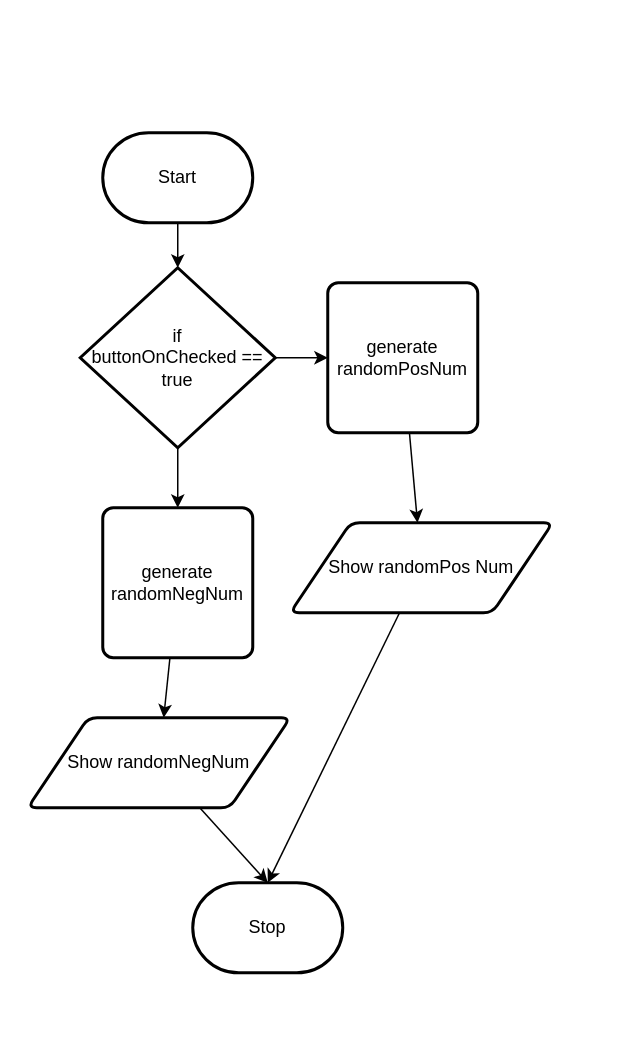
This is design/flow-chart.drawio from Timothy-Manwell/ICS2O-Unit5-02, a draw.io file, before an edit. Source tidied: cells renumbered, new cells numbered last; positions are measured from the earlier drawing's top-left corner, leaving out a move shared by most shapes. Both pictures are drawn from the tidied source at 150%, with x=0, y=0 at pixel (27, 132).
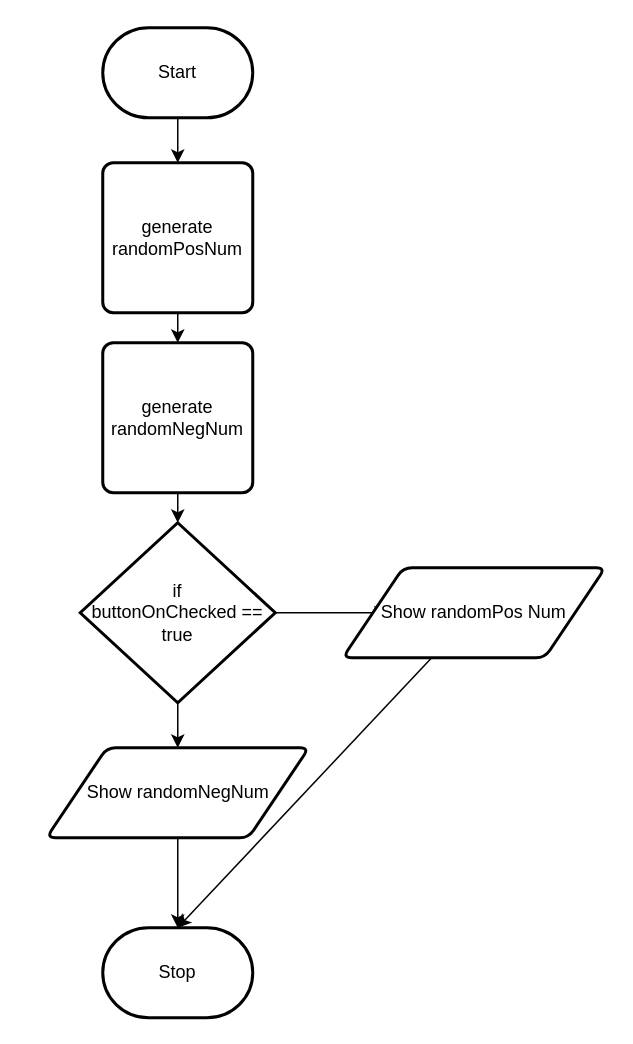
After the change.

The edit, as a diff of the source:
```diff
@@
 <mxGraphModel>
   <root>
     <mxCell id="0" />
     <mxCell id="1" parent="0" />
-    <mxCell id="2" style="edgeStyle=none;html=1;" parent="1" edge="1" source="3" target="7">
-      <mxGeometry relative="1" as="geometry" />
-    </mxCell>
+    <mxCell id="16" style="edgeStyle=none;html=1;" parent="1" edge="1" source="3" target="9">
+      <mxGeometry relative="1" as="geometry" />
+    </mxCell>
     <mxCell id="3" value="Start" style="strokeWidth=2;html=1;shape=mxgraph.flowchart.terminator;whiteSpace=wrap;" parent="1" vertex="1">
-      <mxGeometry x="50" width="100" height="60" as="geometry" />
+      <mxGeometry x="50" y="-70" width="100" height="60" as="geometry" />
     </mxCell>
     <mxCell id="4" value="Stop" style="strokeWidth=2;html=1;shape=mxgraph.flowchart.terminator;whiteSpace=wrap;" parent="1" vertex="1">
-      <mxGeometry x="110" y="500" width="100" height="60" as="geometry" />
+      <mxGeometry x="50" y="530" width="100" height="60" as="geometry" />
     </mxCell>
-    <mxCell id="5" style="edgeStyle=none;html=1;entryX=0;entryY=0.5;entryDx=0;entryDy=0;" parent="1" edge="1" source="7" target="9">
-      <mxGeometry relative="1" as="geometry" />
-    </mxCell>
-    <mxCell id="6" style="edgeStyle=none;html=1;" parent="1" edge="1" source="7" target="11">
-      <mxGeometry relative="1" as="geometry" />
-    </mxCell>
+    <mxCell id="17" style="edgeStyle=none;html=1;entryX=0.171;entryY=0.5;entryDx=0;entryDy=0;entryPerimeter=0;" parent="1" edge="1" source="7" target="13">
+      <mxGeometry relative="1" as="geometry" />
+    </mxCell>
+    <mxCell id="18" style="edgeStyle=none;html=1;" parent="1" edge="1" source="7" target="15">
+      <mxGeometry relative="1" as="geometry" />
+    </mxCell>
     <mxCell id="7" value="if&lt;br&gt;buttonOnChecked == true" style="strokeWidth=2;html=1;shape=mxgraph.flowchart.decision;whiteSpace=wrap;" parent="1" vertex="1">
-      <mxGeometry x="35" y="90" width="130" height="120" as="geometry" />
+      <mxGeometry x="35" y="260" width="130" height="120" as="geometry" />
     </mxCell>
-    <mxCell id="8" style="edgeStyle=none;html=1;" parent="1" edge="1" source="9" target="13">
-      <mxGeometry relative="1" as="geometry" />
-    </mxCell>
+    <mxCell id="19" style="edgeStyle=none;html=1;" parent="1" edge="1" source="9" target="11">
+      <mxGeometry relative="1" as="geometry" />
+    </mxCell>
     <mxCell id="9" value="generate randomPosNum" style="rounded=1;whiteSpace=wrap;html=1;absoluteArcSize=1;arcSize=14;strokeWidth=2;" parent="1" vertex="1">
-      <mxGeometry x="200" y="100" width="100" height="100" as="geometry" />
+      <mxGeometry x="50" y="20" width="100" height="100" as="geometry" />
     </mxCell>
-    <mxCell id="10" style="edgeStyle=none;html=1;" parent="1" edge="1" source="11" target="15">
-      <mxGeometry relative="1" as="geometry" />
-    </mxCell>
+    <mxCell id="20" style="edgeStyle=none;html=1;" parent="1" edge="1" source="11" target="7">
+      <mxGeometry relative="1" as="geometry" />
+    </mxCell>
     <mxCell id="11" value="generate randomNegNum" style="rounded=1;whiteSpace=wrap;html=1;absoluteArcSize=1;arcSize=14;strokeWidth=2;" parent="1" vertex="1">
-      <mxGeometry x="50" y="250" width="100" height="100" as="geometry" />
+      <mxGeometry x="50" y="140" width="100" height="100" as="geometry" />
     </mxCell>
     <mxCell id="12" style="edgeStyle=none;html=1;entryX=0.5;entryY=0;entryDx=0;entryDy=0;entryPerimeter=0;" parent="1" edge="1" source="13" target="4">
       <mxGeometry relative="1" as="geometry" />
     </mxCell>
     <mxCell id="13" value="Show randomPos Num" style="shape=parallelogram;html=1;strokeWidth=2;perimeter=parallelogramPerimeter;whiteSpace=wrap;rounded=1;arcSize=12;size=0.23;" parent="1" vertex="1">
-      <mxGeometry x="175" y="260" width="175" height="60" as="geometry" />
+      <mxGeometry x="210" y="290" width="175" height="60" as="geometry" />
     </mxCell>
     <mxCell id="14" style="edgeStyle=none;html=1;entryX=0.5;entryY=0;entryDx=0;entryDy=0;entryPerimeter=0;" parent="1" edge="1" source="15" target="4">
       <mxGeometry relative="1" as="geometry" />
     </mxCell>
     <mxCell id="15" value="Show randomNegNum" style="shape=parallelogram;html=1;strokeWidth=2;perimeter=parallelogramPerimeter;whiteSpace=wrap;rounded=1;arcSize=12;size=0.23;" parent="1" vertex="1">
-      <mxGeometry y="390" width="175" height="60" as="geometry" />
+      <mxGeometry x="12.5" y="410" width="175" height="60" as="geometry" />
     </mxCell>
   </root>
 </mxGraphModel>
```
